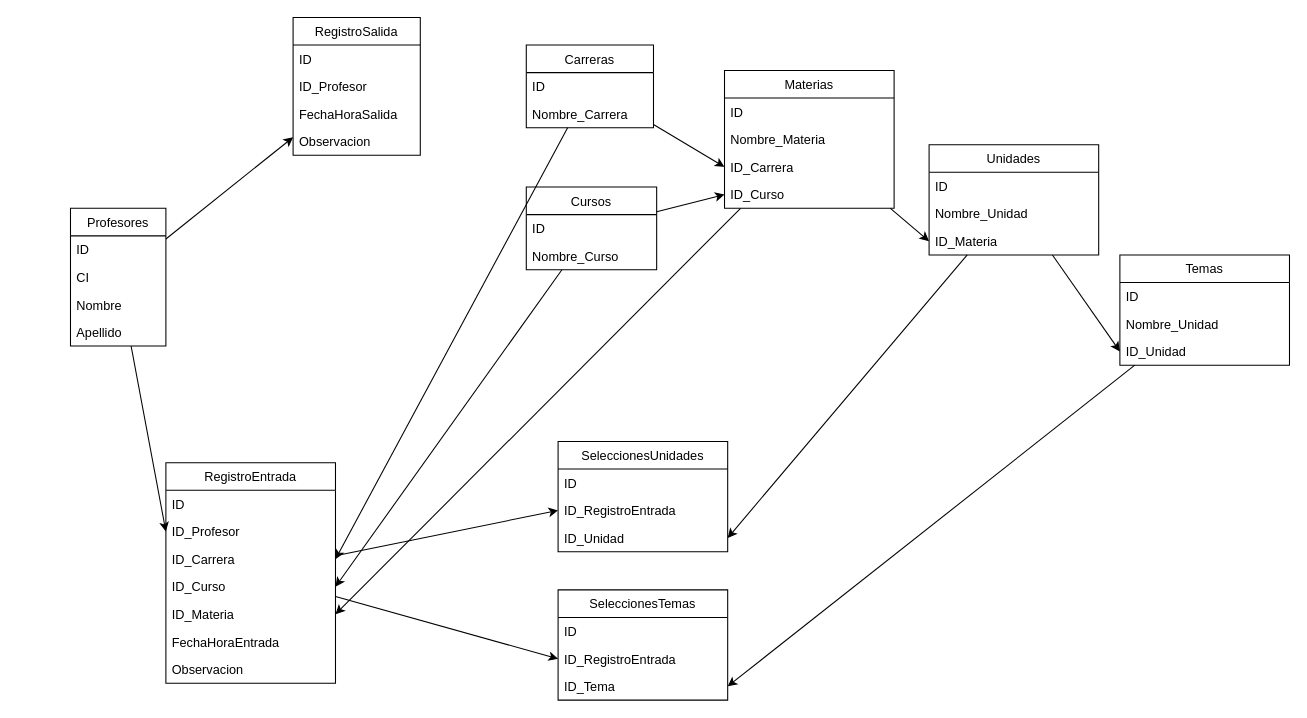
BlasGabriel/libro-de-catedra-db keeps this draw.io diagram as diagrama.drawio. Above is the earlier version. Source tidied: cells renumbered, new cells numbered last; positions are measured from the earlier drawing's top-left corner, leaving out a move shared by most shapes. Both pictures are drawn from the tidied source at 106%, with x=0, y=0 at pixel (70, 17).
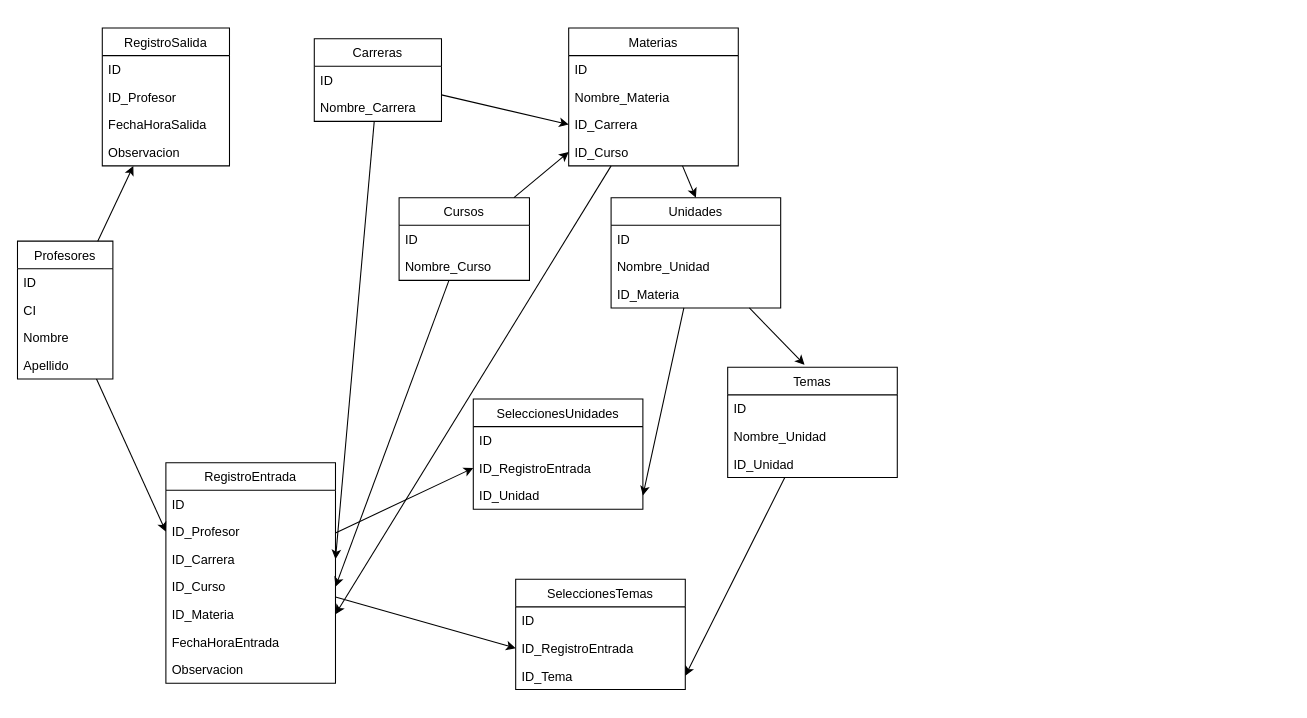
Above is the later version.

Unchanged cells that the change refers to:
```xml
<mxCell id="46" value="ID_Materia" style="text;strokeColor=none;fillColor=none;align=left;verticalAlign=top;spacingLeft=4;spacingRight=4;overflow=hidden;points=[[0,0.5],[1,0.5]];portConstraint=eastwest;" parent="43" vertex="1">
  <mxGeometry y="78" width="160" height="26" as="geometry" />
</mxCell>
<mxCell id="55" value="ID_Unidad" style="text;strokeColor=none;fillColor=none;align=left;verticalAlign=top;spacingLeft=4;spacingRight=4;overflow=hidden;points=[[0,0.5],[1,0.5]];portConstraint=eastwest;" parent="52" vertex="1">
  <mxGeometry y="78" width="160" height="26" as="geometry" />
</mxCell>
```

The edit, as a diff of the source:
```diff
@@
     <mxCell id="4" value="Profesores" style="swimlane;fontStyle=0;horizontal=1;startSize=26;fillColor=none;" parent="1" vertex="1">
-      <mxGeometry y="180" width="90" height="130" as="geometry" />
+      <mxGeometry x="-50" y="211" width="90" height="130" as="geometry" />
     </mxCell>
@@
     <mxCell id="9" value="RegistroSalida" style="swimlane;fontStyle=0;horizontal=1;startSize=26;fillColor=none;" parent="1" vertex="1">
-      <mxGeometry x="210" width="120" height="130" as="geometry" />
+      <mxGeometry x="30" y="10" width="120" height="130" as="geometry" />
     </mxCell>
@@
     <mxCell id="26" value="Carreras" style="swimlane;fontStyle=0;horizontal=1;startSize=26;fillColor=none;" parent="1" vertex="1">
-      <mxGeometry x="430" y="26" width="120" height="78" as="geometry" />
+      <mxGeometry x="230" y="20" width="120" height="78" as="geometry" />
     </mxCell>
@@
     <mxCell id="31" value="Cursos" style="swimlane;fontStyle=0;horizontal=1;startSize=26;fillColor=none;" parent="1" vertex="1">
-      <mxGeometry x="430" y="160" width="123" height="78" as="geometry" />
+      <mxGeometry x="310" y="170" width="123" height="78" as="geometry" />
     </mxCell>
@@
-    <mxCell id="34" style="edgeStyle=none;html=1;entryX=0;entryY=0.5;entryDx=0;entryDy=0;" parent="1" edge="1" source="36" target="46">
+    <mxCell id="34" style="edgeStyle=none;html=1;entryX=0.5;entryY=0;entryDx=0;entryDy=0;" parent="1" edge="1" source="36" target="43">
       <mxGeometry relative="1" as="geometry" />
     </mxCell>
@@
     <mxCell id="36" value="Materias" style="swimlane;fontStyle=0;horizontal=1;startSize=26;fillColor=none;" parent="1" vertex="1">
-      <mxGeometry x="617" y="50" width="160" height="130" as="geometry" />
+      <mxGeometry x="470" y="10" width="160" height="130" as="geometry" />
     </mxCell>
@@
-    <mxCell id="41" style="edgeStyle=none;html=1;entryX=0;entryY=0.5;entryDx=0;entryDy=0;" parent="1" edge="1" source="43" target="55">
+    <mxCell id="41" style="edgeStyle=none;html=1;entryX=0.453;entryY=-0.023;entryDx=0;entryDy=0;entryPerimeter=0;" parent="1" edge="1" source="43" target="52">
       <mxGeometry relative="1" as="geometry" />
     </mxCell>
@@
     <mxCell id="43" value="Unidades" style="swimlane;fontStyle=0;horizontal=1;startSize=26;fillColor=none;" parent="1" vertex="1">
-      <mxGeometry x="810" y="120" width="160" height="104" as="geometry" />
+      <mxGeometry x="510" y="170" width="160" height="104" as="geometry" />
     </mxCell>
@@
     <mxCell id="47" value="SeleccionesUnidades" style="swimlane;fontStyle=0;horizontal=1;startSize=26;fillColor=none;" parent="1" vertex="1">
-      <mxGeometry x="460" y="400" width="160" height="104" as="geometry" />
+      <mxGeometry x="380" y="360" width="160" height="104" as="geometry" />
     </mxCell>
@@
     <mxCell id="52" value="Temas" style="swimlane;fontStyle=0;horizontal=1;startSize=26;fillColor=none;" parent="1" vertex="1">
-      <mxGeometry x="990" y="224" width="160" height="104" as="geometry" />
+      <mxGeometry x="620" y="330" width="160" height="104" as="geometry" />
     </mxCell>
@@
     <mxCell id="56" value="SeleccionesTemas" style="swimlane;fontStyle=0;horizontal=1;startSize=26;fillColor=none;" parent="1" vertex="1">
-      <mxGeometry x="460" y="540" width="160" height="104" as="geometry" />
+      <mxGeometry x="420" y="530" width="160" height="104" as="geometry" />
     </mxCell>
```
